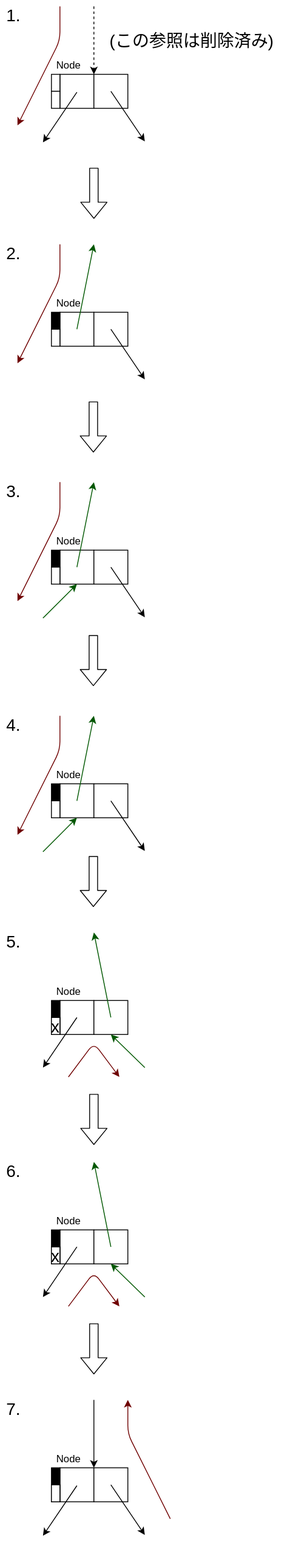
This is src/gc4/img/dsw-traverse.dio.svg from sinotca529/glab-seminar, a draw.io export, as it was before one commit. Source tidied: cells renumbered, new cells last; positions are measured from the earlier drawing's top-left corner, leaving out a move shared by most shapes.
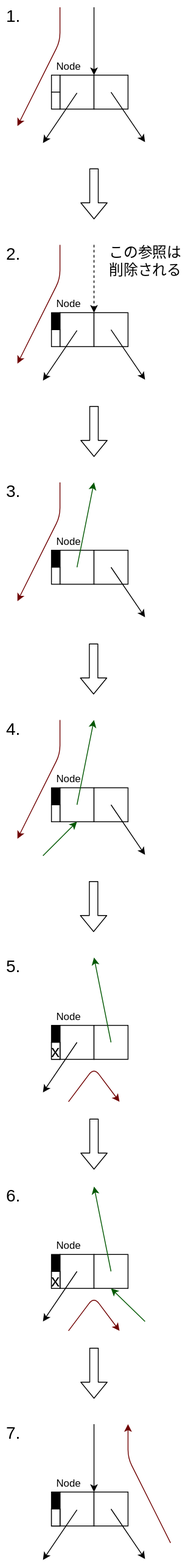
After the change.

What changed in the source:
```diff
@@ -4,123 +4,83 @@
     <mxCell id="1" parent="0" />
     <mxCell id="2" style="endArrow=classic;html=1;entryX=0.5;entryY=0;entryDx=0;entryDy=0;dashed=1;" parent="1" edge="1">
       <mxGeometry relative="1" as="geometry">
-        <mxPoint x="110" as="sourcePoint" />
-        <mxPoint x="110" y="80" as="targetPoint" />
+        <mxPoint x="110" y="250" as="sourcePoint" />
+        <mxPoint x="110" y="330" as="targetPoint" />
       </mxGeometry>
     </mxCell>
     <mxCell id="3" style="rounded=0;whiteSpace=wrap;html=1;" parent="1" vertex="1">
-      <mxGeometry x="70" y="80" width="40" height="40" as="geometry" />
+      <mxGeometry x="70" y="330" width="40" height="40" as="geometry" />
     </mxCell>
     <mxCell id="4" style="rounded=0;whiteSpace=wrap;html=1;" parent="1" vertex="1">
-      <mxGeometry x="110" y="80" width="40" height="40" as="geometry" />
+      <mxGeometry x="110" y="330" width="40" height="40" as="geometry" />
     </mxCell>
     <mxCell id="5" style="endArrow=classic;html=1;" parent="1" edge="1">
       <mxGeometry relative="1" as="geometry">
-        <mxPoint x="90" y="101" as="sourcePoint" />
-        <mxPoint x="50" y="160" as="targetPoint" />
+        <mxPoint x="90" y="351" as="sourcePoint" />
+        <mxPoint x="50" y="410" as="targetPoint" />
       </mxGeometry>
     </mxCell>
     <mxCell id="6" style="endArrow=classic;html=1;" parent="1" edge="1">
       <mxGeometry relative="1" as="geometry">
-        <mxPoint x="130" y="100" as="sourcePoint" />
-        <mxPoint x="170" y="159" as="targetPoint" />
+        <mxPoint x="130" y="350" as="sourcePoint" />
+        <mxPoint x="170" y="409" as="targetPoint" />
       </mxGeometry>
     </mxCell>
     <mxCell id="7" value="Node" style="text;html=1;align=center;verticalAlign=middle;strokeColor=none;fillColor=none;" parent="1" vertex="1">
-      <mxGeometry x="60" y="60" width="40" height="20" as="geometry" />
+      <mxGeometry x="60" y="310" width="40" height="20" as="geometry" />
     </mxCell>
     <mxCell id="8" style="shape=flexArrow;endArrow=classic;html=1;fillColor=default;" parent="1" edge="1">
       <mxGeometry relative="1" as="geometry">
-        <mxPoint x="110" y="190" as="sourcePoint" />
-        <mxPoint x="110" y="250" as="targetPoint" />
+        <mxPoint x="110" y="440" as="sourcePoint" />
+        <mxPoint x="110" y="500" as="targetPoint" />
       </mxGeometry>
     </mxCell>
     <mxCell id="9" style="rounded=0;whiteSpace=wrap;html=1;" parent="1" vertex="1">
-      <mxGeometry x="70" y="360" width="40" height="40" as="geometry" />
+      <mxGeometry x="70" y="610" width="40" height="40" as="geometry" />
     </mxCell>
     <mxCell id="10" style="rounded=0;whiteSpace=wrap;html=1;" parent="1" vertex="1">
-      <mxGeometry x="110" y="360" width="40" height="40" as="geometry" />
+      <mxGeometry x="110" y="610" width="40" height="40" as="geometry" />
     </mxCell>
     <mxCell id="11" style="endArrow=classic;html=1;" parent="1" edge="1">
       <mxGeometry relative="1" as="geometry">
-        <mxPoint x="130" y="380" as="sourcePoint" />
-        <mxPoint x="170" y="439" as="targetPoint" />
+        <mxPoint x="130" y="630" as="sourcePoint" />
+        <mxPoint x="170" y="689" as="targetPoint" />
       </mxGeometry>
     </mxCell>
     <mxCell id="12" value="Node" style="text;html=1;align=center;verticalAlign=middle;strokeColor=none;fillColor=none;" parent="1" vertex="1">
-      <mxGeometry x="60" y="340" width="40" height="20" as="geometry" />
+      <mxGeometry x="60" y="590" width="40" height="20" as="geometry" />
     </mxCell>
-    <mxCell id="13" style="rounded=0;whiteSpace=wrap;html=1;" parent="1" vertex="1">
-      <mxGeometry x="70" y="640" width="40" height="40" as="geometry" />
-    </mxCell>
-    <mxCell id="14" style="rounded=0;whiteSpace=wrap;html=1;" parent="1" vertex="1">
-      <mxGeometry x="110" y="640" width="40" height="40" as="geometry" />
-    </mxCell>
-    <mxCell id="15" style="endArrow=none;html=1;endFill=0;startArrow=classic;startFill=1;fillColor=#008a00;strokeColor=#005700;exitX=0.5;exitY=1;exitDx=0;exitDy=0;" parent="1" edge="1" source="13">
-      <mxGeometry relative="1" as="geometry">
-        <mxPoint x="50" y="720" as="targetPoint" />
-      </mxGeometry>
-    </mxCell>
-    <mxCell id="16" style="endArrow=classic;html=1;" parent="1" edge="1">
-      <mxGeometry relative="1" as="geometry">
-        <mxPoint x="130" y="660" as="sourcePoint" />
-        <mxPoint x="170" y="719" as="targetPoint" />
-      </mxGeometry>
-    </mxCell>
-    <mxCell id="17" value="Node" style="text;html=1;align=center;verticalAlign=middle;strokeColor=none;fillColor=none;" parent="1" vertex="1">
-      <mxGeometry x="60" y="620" width="40" height="20" as="geometry" />
-    </mxCell>
     <mxCell id="18" style="rounded=0;whiteSpace=wrap;html=1;" parent="1" vertex="1">
       <mxGeometry x="70" y="1170" width="40" height="40" as="geometry" />
     </mxCell>
     <mxCell id="19" style="rounded=0;whiteSpace=wrap;html=1;" parent="1" vertex="1">
       <mxGeometry x="110" y="1170" width="40" height="40" as="geometry" />
     </mxCell>
-    <mxCell id="20" style="endArrow=none;html=1;endFill=0;startArrow=classic;startFill=1;fillColor=#008a00;strokeColor=#005700;exitX=0.5;exitY=1;exitDx=0;exitDy=0;" parent="1" edge="1" source="19">
-      <mxGeometry relative="1" as="geometry">
-        <mxPoint x="170" y="1249" as="targetPoint" />
-      </mxGeometry>
-    </mxCell>
     <mxCell id="21" value="Node" style="text;html=1;align=center;verticalAlign=middle;strokeColor=none;fillColor=none;" parent="1" vertex="1">
       <mxGeometry x="60" y="1150" width="40" height="20" as="geometry" />
     </mxCell>
     <mxCell id="22" style="endArrow=classic;html=1;fillColor=#a20025;strokeColor=#6F0000;" parent="1" edge="1">
       <mxGeometry relative="1" as="geometry">
-        <mxPoint x="70" as="sourcePoint" />
-        <mxPoint x="20" y="140" as="targetPoint" />
+        <mxPoint x="70" y="250" as="sourcePoint" />
+        <mxPoint x="20" y="390" as="targetPoint" />
         <Array as="points">
-          <mxPoint x="70" y="40" />
+          <mxPoint x="70" y="290" />
         </Array>
       </mxGeometry>
     </mxCell>
     <mxCell id="23" style="endArrow=classic;html=1;fillColor=#a20025;strokeColor=#6F0000;" parent="1" edge="1">
       <mxGeometry relative="1" as="geometry">
-        <mxPoint x="70" y="280" as="sourcePoint" />
-        <mxPoint x="20" y="420" as="targetPoint" />
+        <mxPoint x="70" y="530" as="sourcePoint" />
+        <mxPoint x="20" y="670" as="targetPoint" />
         <Array as="points">
-          <mxPoint x="70" y="320" />
+          <mxPoint x="70" y="570" />
         </Array>
       </mxGeometry>
     </mxCell>
-    <mxCell id="24" style="endArrow=classic;html=1;fillColor=#a20025;strokeColor=#6F0000;" parent="1" edge="1">
-      <mxGeometry relative="1" as="geometry">
-        <mxPoint x="70" y="560" as="sourcePoint" />
-        <mxPoint x="20" y="700" as="targetPoint" />
-        <Array as="points">
-          <mxPoint x="70" y="600" />
-        </Array>
-      </mxGeometry>
-    </mxCell>
-    <mxCell id="25" style="shape=flexArrow;endArrow=classic;html=1;fillColor=default;" parent="1" edge="1">
-      <mxGeometry relative="1" as="geometry">
-        <mxPoint x="109.4" y="465" as="sourcePoint" />
-        <mxPoint x="109.4" y="525" as="targetPoint" />
-      </mxGeometry>
-    </mxCell>
     <mxCell id="26" style="shape=flexArrow;endArrow=classic;html=1;fillColor=default;" parent="1" edge="1">
       <mxGeometry relative="1" as="geometry">
-        <mxPoint x="109.4" y="1000" as="sourcePoint" />
-        <mxPoint x="109.4" y="1060" as="targetPoint" />
+        <mxPoint x="109.5" y="1000" as="sourcePoint" />
+        <mxPoint x="109.5" y="1060" as="targetPoint" />
       </mxGeometry>
     </mxCell>
     <mxCell id="27" style="endArrow=classic;html=1;fillColor=#a20025;strokeColor=#6F0000;" parent="1" edge="1">
@@ -169,16 +129,10 @@
     </mxCell>
     <mxCell id="35" style="endArrow=classic;html=1;fillColor=#008a00;strokeColor=#005700;" parent="1" edge="1">
       <mxGeometry relative="1" as="geometry">
-        <mxPoint x="90" y="380" as="sourcePoint" />
-        <mxPoint x="110" y="280" as="targetPoint" />
+        <mxPoint x="90" y="630" as="sourcePoint" />
+        <mxPoint x="110" y="530" as="targetPoint" />
       </mxGeometry>
     </mxCell>
-    <mxCell id="36" style="endArrow=classic;html=1;fillColor=#008a00;strokeColor=#005700;" parent="1" edge="1">
-      <mxGeometry relative="1" as="geometry">
-        <mxPoint x="90" y="660" as="sourcePoint" />
-        <mxPoint x="110" y="560" as="targetPoint" />
-      </mxGeometry>
-    </mxCell>
     <mxCell id="37" style="endArrow=classic;html=1;fillColor=#008a00;strokeColor=#005700;" parent="1" edge="1">
       <mxGeometry relative="1" as="geometry">
         <mxPoint x="130" y="1190" as="sourcePoint" />
@@ -197,91 +151,82 @@
         <mxPoint x="110" y="1340" as="targetPoint" />
       </mxGeometry>
     </mxCell>
-    <mxCell id="40" value="&lt;font style=&quot;font-size: 20px&quot;&gt;1.&lt;/font&gt;" style="text;html=1;align=center;verticalAlign=middle;strokeColor=none;fillColor=none;" parent="1" vertex="1">
-      <mxGeometry width="30" height="20" as="geometry" />
+    <mxCell id="40" value="&lt;font style=&quot;font-size: 20px&quot;&gt;2.&lt;/font&gt;" style="text;html=1;align=center;verticalAlign=middle;strokeColor=none;fillColor=none;" parent="1" vertex="1">
+      <mxGeometry y="250" width="30" height="20" as="geometry" />
     </mxCell>
-    <mxCell id="41" value="&lt;font style=&quot;font-size: 20px&quot;&gt;2.&lt;/font&gt;" style="text;html=1;align=center;verticalAlign=middle;strokeColor=none;fillColor=none;" parent="1" vertex="1">
-      <mxGeometry y="280" width="30" height="20" as="geometry" />
+    <mxCell id="41" value="&lt;font style=&quot;font-size: 20px&quot;&gt;3.&lt;/font&gt;" style="text;html=1;align=center;verticalAlign=middle;strokeColor=none;fillColor=none;" parent="1" vertex="1">
+      <mxGeometry y="530" width="30" height="20" as="geometry" />
     </mxCell>
-    <mxCell id="42" value="&lt;font style=&quot;font-size: 20px&quot;&gt;3.&lt;/font&gt;" style="text;html=1;align=center;verticalAlign=middle;strokeColor=none;fillColor=none;" parent="1" vertex="1">
-      <mxGeometry y="560" width="30" height="20" as="geometry" />
-    </mxCell>
     <mxCell id="43" value="&lt;font style=&quot;font-size: 20px&quot;&gt;5.&lt;/font&gt;" style="text;html=1;align=center;verticalAlign=middle;strokeColor=none;fillColor=none;" parent="1" vertex="1">
       <mxGeometry y="1090" width="30" height="20" as="geometry" />
     </mxCell>
     <mxCell id="44" value="&lt;font style=&quot;font-size: 20px&quot;&gt;7.&lt;/font&gt;" style="text;html=1;align=center;verticalAlign=middle;strokeColor=none;fillColor=none;" parent="1" vertex="1">
       <mxGeometry y="1640" width="30" height="20" as="geometry" />
     </mxCell>
-    <mxCell id="45" value="&lt;font style=&quot;font-size: 20px&quot;&gt;(この参照は削除済み)&lt;/font&gt;" style="text;html=1;align=center;verticalAlign=middle;strokeColor=none;fillColor=none;" parent="1" vertex="1">
-      <mxGeometry x="120" y="30" width="210" height="20" as="geometry" />
+    <mxCell id="45" value="&lt;font style=&quot;font-size: 17px&quot;&gt;この参照は&lt;br&gt;削除される&lt;/font&gt;" style="text;html=1;align=center;verticalAlign=middle;strokeColor=none;fillColor=none;" parent="1" vertex="1">
+      <mxGeometry x="120" y="250" width="100" height="40" as="geometry" />
     </mxCell>
     <mxCell id="46" style="rounded=0;whiteSpace=wrap;html=1;" parent="1" vertex="1">
-      <mxGeometry x="70" y="915" width="40" height="40" as="geometry" />
+      <mxGeometry x="70" y="890" width="40" height="40" as="geometry" />
     </mxCell>
     <mxCell id="47" style="rounded=0;whiteSpace=wrap;html=1;" parent="1" vertex="1">
-      <mxGeometry x="110" y="915" width="40" height="40" as="geometry" />
+      <mxGeometry x="110" y="890" width="40" height="40" as="geometry" />
     </mxCell>
     <mxCell id="48" style="endArrow=none;html=1;endFill=0;startArrow=classic;startFill=1;fillColor=#008a00;strokeColor=#005700;exitX=0.5;exitY=1;exitDx=0;exitDy=0;" parent="1" edge="1" source="46">
       <mxGeometry relative="1" as="geometry">
-        <mxPoint x="50" y="995" as="targetPoint" />
+        <mxPoint x="50" y="970" as="targetPoint" />
       </mxGeometry>
     </mxCell>
     <mxCell id="49" style="endArrow=classic;html=1;" parent="1" edge="1">
       <mxGeometry relative="1" as="geometry">
-        <mxPoint x="130" y="935" as="sourcePoint" />
-        <mxPoint x="170" y="994" as="targetPoint" />
+        <mxPoint x="130" y="910" as="sourcePoint" />
+        <mxPoint x="170" y="969" as="targetPoint" />
       </mxGeometry>
     </mxCell>
     <mxCell id="50" value="Node" style="text;html=1;align=center;verticalAlign=middle;strokeColor=none;fillColor=none;" parent="1" vertex="1">
-      <mxGeometry x="60" y="895" width="40" height="20" as="geometry" />
+      <mxGeometry x="60" y="870" width="40" height="20" as="geometry" />
     </mxCell>
     <mxCell id="51" style="endArrow=classic;html=1;fillColor=#a20025;strokeColor=#6F0000;" parent="1" edge="1">
       <mxGeometry relative="1" as="geometry">
-        <mxPoint x="70" y="835" as="sourcePoint" />
-        <mxPoint x="20" y="975" as="targetPoint" />
+        <mxPoint x="70" y="810" as="sourcePoint" />
+        <mxPoint x="20" y="950" as="targetPoint" />
         <Array as="points">
-          <mxPoint x="70" y="875" />
+          <mxPoint x="70" y="850" />
         </Array>
       </mxGeometry>
     </mxCell>
     <mxCell id="52" style="shape=flexArrow;endArrow=classic;html=1;fillColor=default;" parent="1" edge="1">
       <mxGeometry relative="1" as="geometry">
-        <mxPoint x="109.4" y="740" as="sourcePoint" />
-        <mxPoint x="109.4" y="800" as="targetPoint" />
+        <mxPoint x="109.5" y="720" as="sourcePoint" />
+        <mxPoint x="109.5" y="780" as="targetPoint" />
       </mxGeometry>
     </mxCell>
     <mxCell id="53" style="endArrow=classic;html=1;fillColor=#008a00;strokeColor=#005700;" parent="1" edge="1">
       <mxGeometry relative="1" as="geometry">
-        <mxPoint x="90" y="935" as="sourcePoint" />
-        <mxPoint x="110" y="835" as="targetPoint" />
+        <mxPoint x="90" y="910" as="sourcePoint" />
+        <mxPoint x="110" y="810" as="targetPoint" />
       </mxGeometry>
     </mxCell>
     <mxCell id="54" value="&lt;font style=&quot;font-size: 20px&quot;&gt;4.&lt;/font&gt;" style="text;html=1;align=center;verticalAlign=middle;strokeColor=none;fillColor=none;" parent="1" vertex="1">
-      <mxGeometry y="835" width="30" height="20" as="geometry" />
+      <mxGeometry y="810" width="30" height="20" as="geometry" />
     </mxCell>
-    <mxCell id="55" style="rounded=0;whiteSpace=wrap;html=1;fontSize=20;" parent="1" vertex="1">
-      <mxGeometry x="60" y="80" width="10" height="20" as="geometry" />
+    <mxCell id="55" style="rounded=0;whiteSpace=wrap;html=1;fontSize=20;fillColor=#000000;" parent="1" vertex="1">
+      <mxGeometry x="60" y="330" width="10" height="20" as="geometry" />
     </mxCell>
     <mxCell id="56" style="rounded=0;whiteSpace=wrap;html=1;fontSize=20;" parent="1" vertex="1">
-      <mxGeometry x="60" y="100" width="10" height="20" as="geometry" />
+      <mxGeometry x="60" y="350" width="10" height="20" as="geometry" />
     </mxCell>
     <mxCell id="57" style="rounded=0;whiteSpace=wrap;html=1;fontSize=20;fillColor=#000000;" parent="1" vertex="1">
-      <mxGeometry x="60" y="360" width="10" height="20" as="geometry" />
+      <mxGeometry x="60" y="610" width="10" height="20" as="geometry" />
     </mxCell>
     <mxCell id="58" style="rounded=0;whiteSpace=wrap;html=1;fontSize=20;" parent="1" vertex="1">
-      <mxGeometry x="60" y="380" width="10" height="20" as="geometry" />
+      <mxGeometry x="60" y="630" width="10" height="20" as="geometry" />
     </mxCell>
-    <mxCell id="59" style="rounded=0;whiteSpace=wrap;html=1;fontSize=20;fillColor=#000000;" parent="1" vertex="1">
-      <mxGeometry x="60" y="640" width="10" height="20" as="geometry" />
-    </mxCell>
-    <mxCell id="60" style="rounded=0;whiteSpace=wrap;html=1;fontSize=20;" parent="1" vertex="1">
-      <mxGeometry x="60" y="660" width="10" height="20" as="geometry" />
-    </mxCell>
     <mxCell id="61" style="rounded=0;whiteSpace=wrap;html=1;fontSize=20;fillColor=#000000;" parent="1" vertex="1">
-      <mxGeometry x="60" y="915" width="10" height="20" as="geometry" />
+      <mxGeometry x="60" y="890" width="10" height="20" as="geometry" />
     </mxCell>
     <mxCell id="62" style="rounded=0;whiteSpace=wrap;html=1;fontSize=20;" parent="1" vertex="1">
-      <mxGeometry x="60" y="935" width="10" height="20" as="geometry" />
+      <mxGeometry x="60" y="910" width="10" height="20" as="geometry" />
     </mxCell>
     <mxCell id="63" style="rounded=0;whiteSpace=wrap;html=1;fontSize=20;fillColor=#000000;" parent="1" vertex="1">
       <mxGeometry x="60" y="1720" width="10" height="20" as="geometry" />
@@ -354,5 +299,56 @@
     <mxCell id="80" value="x" style="rounded=0;whiteSpace=wrap;html=1;fontSize=20;" parent="1" vertex="1">
       <mxGeometry x="60" y="1460" width="10" height="20" as="geometry" />
     </mxCell>
+    <mxCell id="81" style="endArrow=classic;html=1;entryX=0.5;entryY=0;entryDx=0;entryDy=0;" parent="1" edge="1">
+      <mxGeometry relative="1" as="geometry">
+        <mxPoint x="110" y="-30" as="sourcePoint" />
+        <mxPoint x="110" y="50" as="targetPoint" />
+      </mxGeometry>
+    </mxCell>
+    <mxCell id="82" style="rounded=0;whiteSpace=wrap;html=1;" parent="1" vertex="1">
+      <mxGeometry x="70" y="50" width="40" height="40" as="geometry" />
+    </mxCell>
+    <mxCell id="83" style="rounded=0;whiteSpace=wrap;html=1;" parent="1" vertex="1">
+      <mxGeometry x="110" y="50" width="40" height="40" as="geometry" />
+    </mxCell>
+    <mxCell id="84" style="endArrow=classic;html=1;" parent="1" edge="1">
+      <mxGeometry relative="1" as="geometry">
+        <mxPoint x="90" y="71" as="sourcePoint" />
+        <mxPoint x="50" y="130" as="targetPoint" />
+      </mxGeometry>
+    </mxCell>
+    <mxCell id="85" style="endArrow=classic;html=1;" parent="1" edge="1">
+      <mxGeometry relative="1" as="geometry">
+        <mxPoint x="130" y="70" as="sourcePoint" />
+        <mxPoint x="170" y="129" as="targetPoint" />
+      </mxGeometry>
+    </mxCell>
+    <mxCell id="17" value="Node" style="text;html=1;align=center;verticalAlign=middle;strokeColor=none;fillColor=none;" parent="1" vertex="1">
+      <mxGeometry x="60" y="30" width="40" height="20" as="geometry" />
+    </mxCell>
+    <mxCell id="86" style="endArrow=classic;html=1;fillColor=#a20025;strokeColor=#6F0000;" parent="1" edge="1">
+      <mxGeometry relative="1" as="geometry">
+        <mxPoint x="70" y="-30" as="sourcePoint" />
+        <mxPoint x="20" y="110" as="targetPoint" />
+        <Array as="points">
+          <mxPoint x="70" y="10" />
+        </Array>
+      </mxGeometry>
+    </mxCell>
+    <mxCell id="87" value="&lt;span style=&quot;font-size: 20px&quot;&gt;1.&lt;/span&gt;" style="text;html=1;align=center;verticalAlign=middle;strokeColor=none;fillColor=none;" parent="1" vertex="1">
+      <mxGeometry y="-30" width="30" height="20" as="geometry" />
+    </mxCell>
+    <mxCell id="88" style="rounded=0;whiteSpace=wrap;html=1;fontSize=20;" parent="1" vertex="1">
+      <mxGeometry x="60" y="50" width="10" height="20" as="geometry" />
+    </mxCell>
+    <mxCell id="89" style="rounded=0;whiteSpace=wrap;html=1;fontSize=20;" parent="1" vertex="1">
+      <mxGeometry x="60" y="70" width="10" height="20" as="geometry" />
+    </mxCell>
+    <mxCell id="90" style="shape=flexArrow;endArrow=classic;html=1;fillColor=default;" parent="1" edge="1">
+      <mxGeometry relative="1" as="geometry">
+        <mxPoint x="110" y="160" as="sourcePoint" />
+        <mxPoint x="110" y="220" as="targetPoint" />
+      </mxGeometry>
+    </mxCell>
   </root>
 </mxGraphModel>
```
